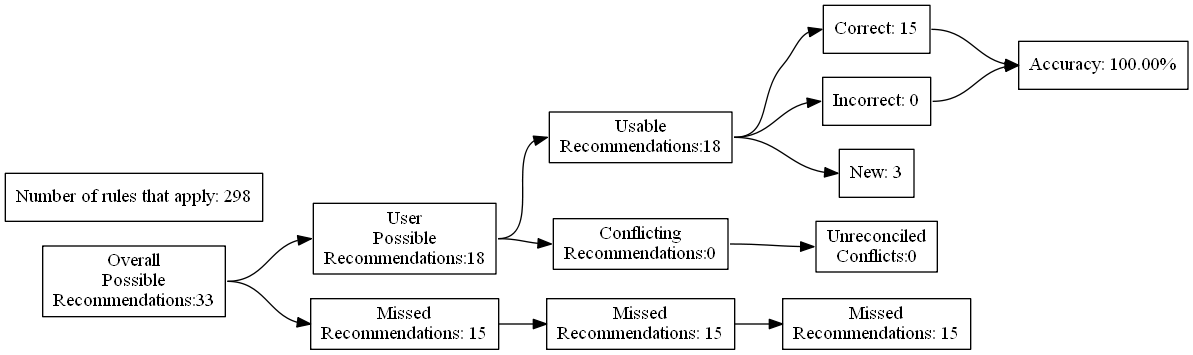
Before: test_renders/113.gv.png, a diagram exported from Graphviz (ZaxR/ibd_diet_analysis). Its source is kept beside it as test_renders/113.gv.
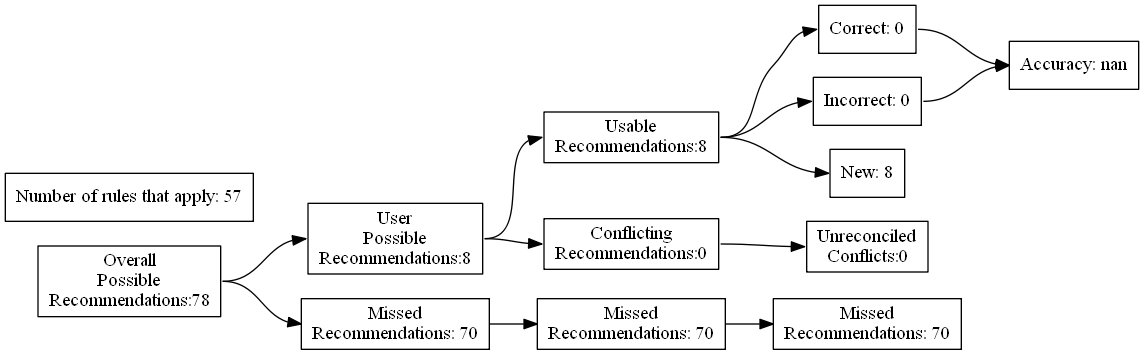
The same diagram one commit later.

The edit, as a diff of the source:
```diff
@@ -4,27 +4,27 @@
 	edge [headport=w tailport=e]
 		A [label="Overall
 Possible
-Recommendations:33"]
+Recommendations:78"]
 		B [label="User
 Possible
-Recommendations:18"]
+Recommendations:8"]
 		C [label="Missed
-Recommendations: 15"]
+Recommendations: 70"]
 		D [label="Usable
-Recommendations:18"]
+Recommendations:8"]
 		E [label="Conflicting
 Recommendations:0"]
 		J [label="Missed
-Recommendations: 15"]
+Recommendations: 70"]
 		M [label="Unreconciled
 Conflicts:0"]
-		F [label="Correct: 15"]
+		F [label="Correct: 0"]
 		G [label="Incorrect: 0"]
-		H [label="New: 3"]
+		H [label="New: 8"]
 		K [label="Missed
-Recommendations: 15"]
-		I [label="Accuracy: 100.00%"]
-		l [label="Number of rules that apply: 298"]
+Recommendations: 70"]
+		I [label="Accuracy: nan"]
+		l [label="Number of rules that apply: 57"]
 			A -> B
 			A -> C
 			B -> D
```
